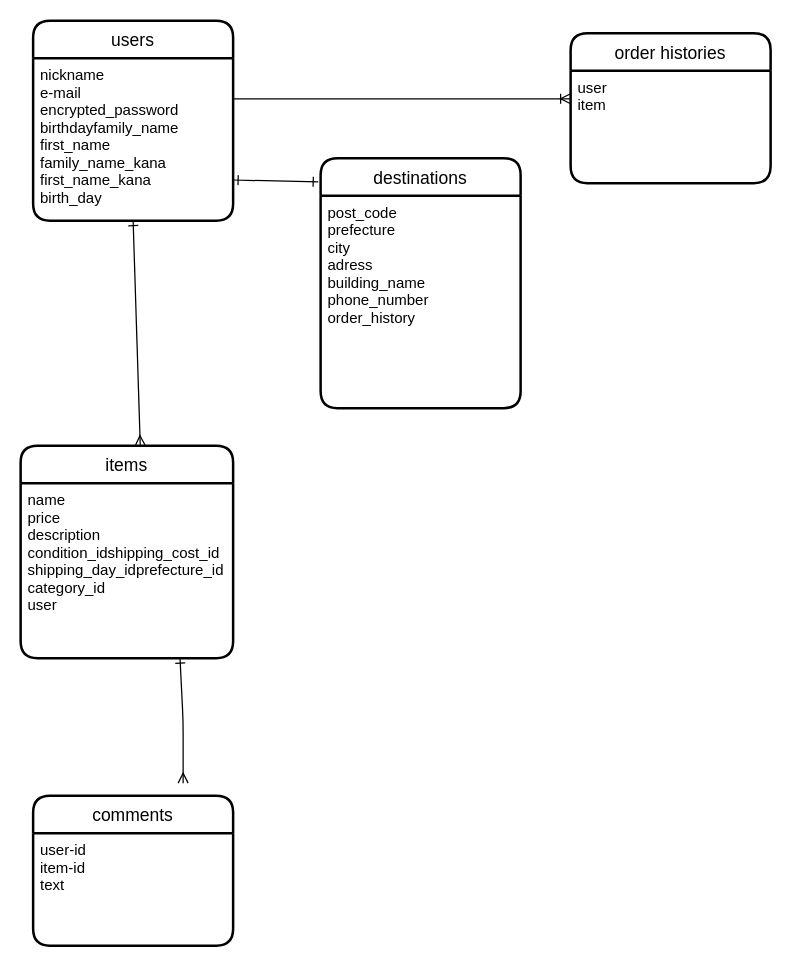
Before: test.dio in ikari1055/furima-40500, a draw.io diagram. Source tidied: cells renumbered, new cells numbered last; positions are measured from the earlier drawing's top-left corner, leaving out a move shared by most shapes. Both pictures are drawn from the tidied source at 125%, with x=0, y=0 at pixel (20, 20).
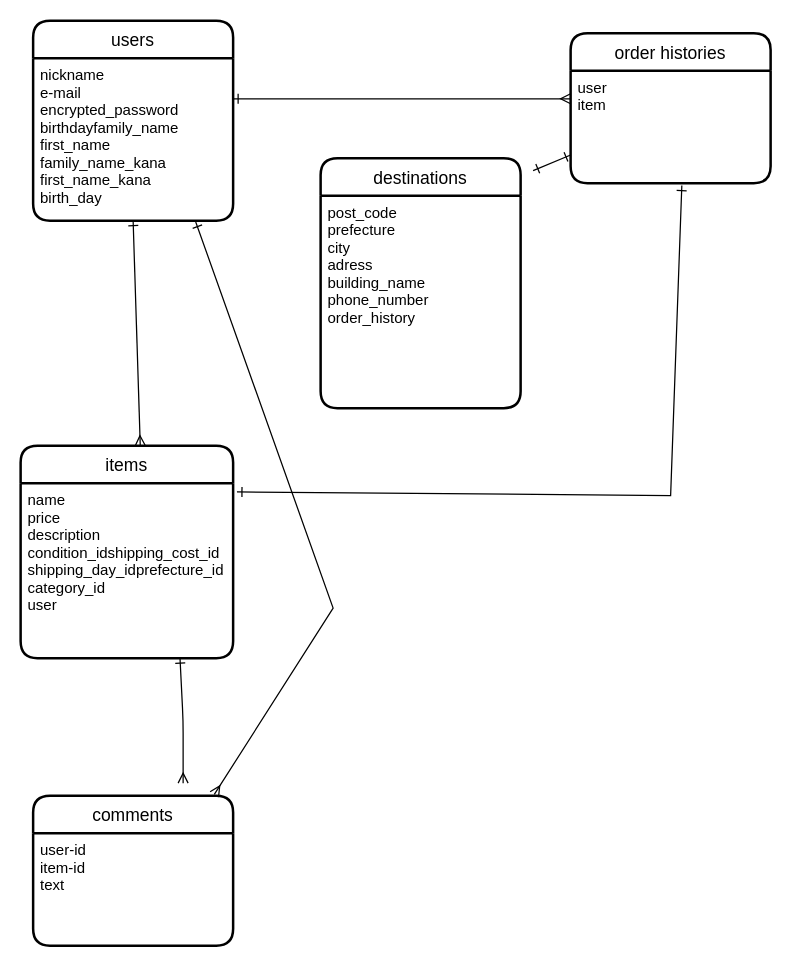
The same page after the edit.

The change refers to these unchanged cells:
```xml
<mxCell id="3" value="nickname&#10;e-mail&#10;encrypted_password&#10;birthdayfamily_name&#10;first_name&#10;family_name_kana&#10;first_name_kana&#10;birth_day" style="align=left;strokeColor=none;fillColor=none;spacingLeft=4;fontSize=12;verticalAlign=top;" parent="2" vertex="1">
  <mxGeometry y="30" width="160" height="130" as="geometry" />
</mxCell>
<mxCell id="5" value="name&#10;price&#10;description&#10;condition_idshipping_cost_id&#10;shipping_day_idprefecture_id&#10;category_id&#10;user&#10;&#10;" style="align=left;strokeColor=none;fillColor=none;spacingLeft=4;fontSize=12;verticalAlign=top;" parent="4" vertex="1">
  <mxGeometry y="30" width="170" height="140" as="geometry" />
</mxCell>
<mxCell id="7" value="destinations" style="swimlane;horizontal=1;startSize=30;rounded=1;fontSize=14;fontStyle=0;strokeWidth=2;shadow=0;dashed=0;align=center;" parent="1" vertex="1">
  <mxGeometry x="240" y="110" width="160" height="200" as="geometry" />
</mxCell>
<mxCell id="12" value="comments" style="swimlane;horizontal=1;startSize=30;rounded=1;fontSize=14;fontStyle=0;strokeWidth=2;shadow=0;dashed=0;align=center;" parent="1" vertex="1">
  <mxGeometry x="10" y="620" width="160" height="120" as="geometry" />
</mxCell>
<mxCell id="15" value="user&#10;item" style="align=left;strokeColor=none;fillColor=none;spacingLeft=4;fontSize=12;verticalAlign=top;" parent="14" vertex="1">
  <mxGeometry y="30" width="160" height="90" as="geometry" />
</mxCell>
```

The edit, as a diff of the source:
```diff
@@
-    <mxCell id="10" style="edgeStyle=none;html=1;exitX=1;exitY=0.75;exitDx=0;exitDy=0;entryX=-0.012;entryY=0.095;entryDx=0;entryDy=0;entryPerimeter=0;startArrow=ERone;startFill=0;endArrow=ERone;endFill=0;" parent="1" edge="1" source="3" target="7">
-      <mxGeometry relative="1" as="geometry" />
+    <mxCell id="10" style="edgeStyle=none;html=1;entryX=0;entryY=0.75;entryDx=0;entryDy=0;startArrow=ERone;startFill=0;endArrow=ERone;endFill=0;" parent="1" edge="1" target="15">
+      <mxGeometry relative="1" as="geometry">
+        <mxPoint x="410" y="120" as="sourcePoint" />
+      </mxGeometry>
     </mxCell>
@@
-    <mxCell id="16" style="edgeStyle=entityRelationEdgeStyle;fontSize=12;html=1;endArrow=ERoneToMany;entryX=0;entryY=0.25;entryDx=0;entryDy=0;exitX=1;exitY=0.25;exitDx=0;exitDy=0;" parent="1" edge="1" source="3" target="15">
+    <mxCell id="16" style="edgeStyle=entityRelationEdgeStyle;fontSize=12;html=1;endArrow=ERmany;entryX=0;entryY=0.25;entryDx=0;entryDy=0;exitX=1;exitY=0.25;exitDx=0;exitDy=0;endFill=0;startArrow=ERone;startFill=0;" parent="1" edge="1" source="3" target="15">
       <mxGeometry relative="1" as="geometry" />
     </mxCell>
+    <mxCell id="17" style="endArrow=ERone;html=1;rounded=0;startArrow=ERone;startFill=0;endFill=0;exitX=1.018;exitY=0.05;exitDx=0;exitDy=0;exitPerimeter=0;entryX=0.556;entryY=1.022;entryDx=0;entryDy=0;entryPerimeter=0;" parent="1" edge="1" source="5" target="15">
+      <mxGeometry relative="1" as="geometry">
+        <Array as="points">
+          <mxPoint x="520" y="380" />
+        </Array>
+      </mxGeometry>
+    </mxCell>
+    <mxCell id="18" style="endArrow=ERmany;html=1;rounded=0;startArrow=ERone;startFill=0;endFill=0;exitX=0.813;exitY=1.008;exitDx=0;exitDy=0;exitPerimeter=0;entryX=0.906;entryY=-0.008;entryDx=0;entryDy=0;entryPerimeter=0;" parent="1" edge="1" source="3" target="12">
+      <mxGeometry relative="1" as="geometry">
+        <Array as="points">
+          <mxPoint x="250" y="470" />
+        </Array>
+      </mxGeometry>
+    </mxCell>
```
